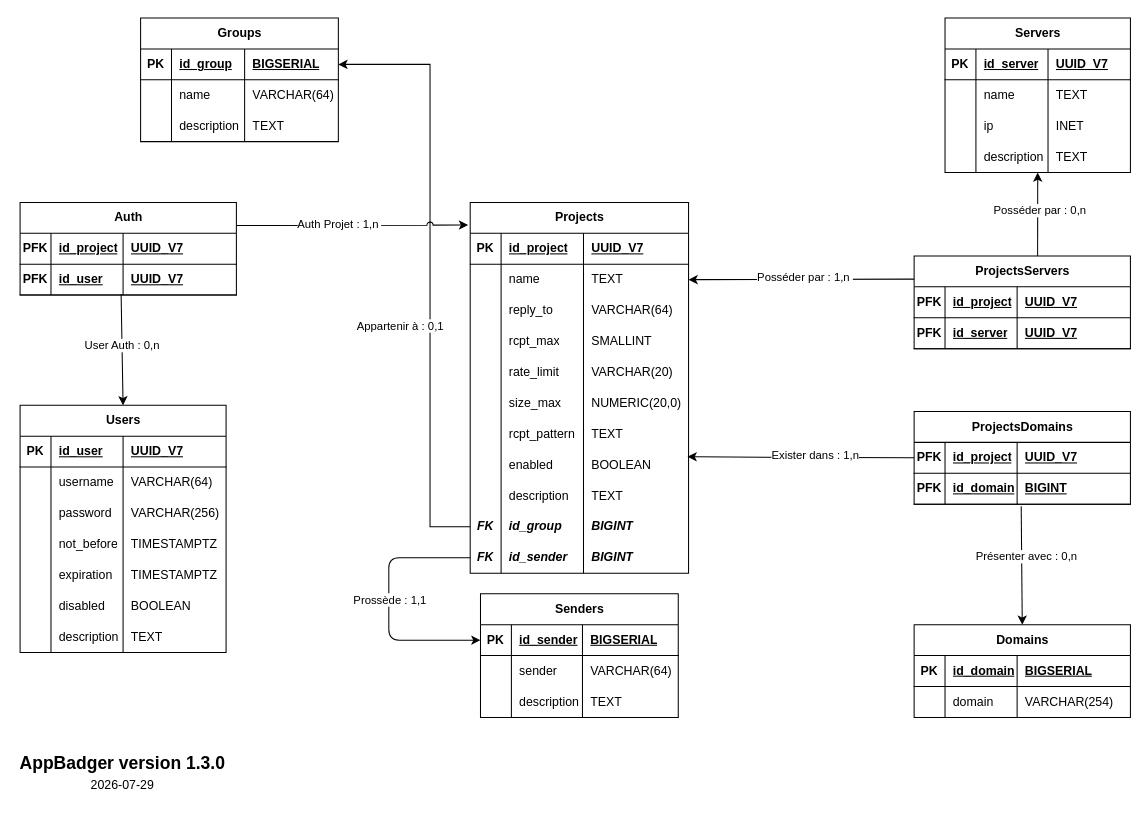
This is Doc/mpd.drawio from matyas-cyril/appmail-badger, a draw.io file, before an edit. Source tidied: cells renumbered, new cells numbered last; positions are measured from the earlier drawing's top-left corner, leaving out a move shared by most shapes. Both pictures are drawn from the tidied source at 103%, with x=0, y=0 at pixel (18, 18).
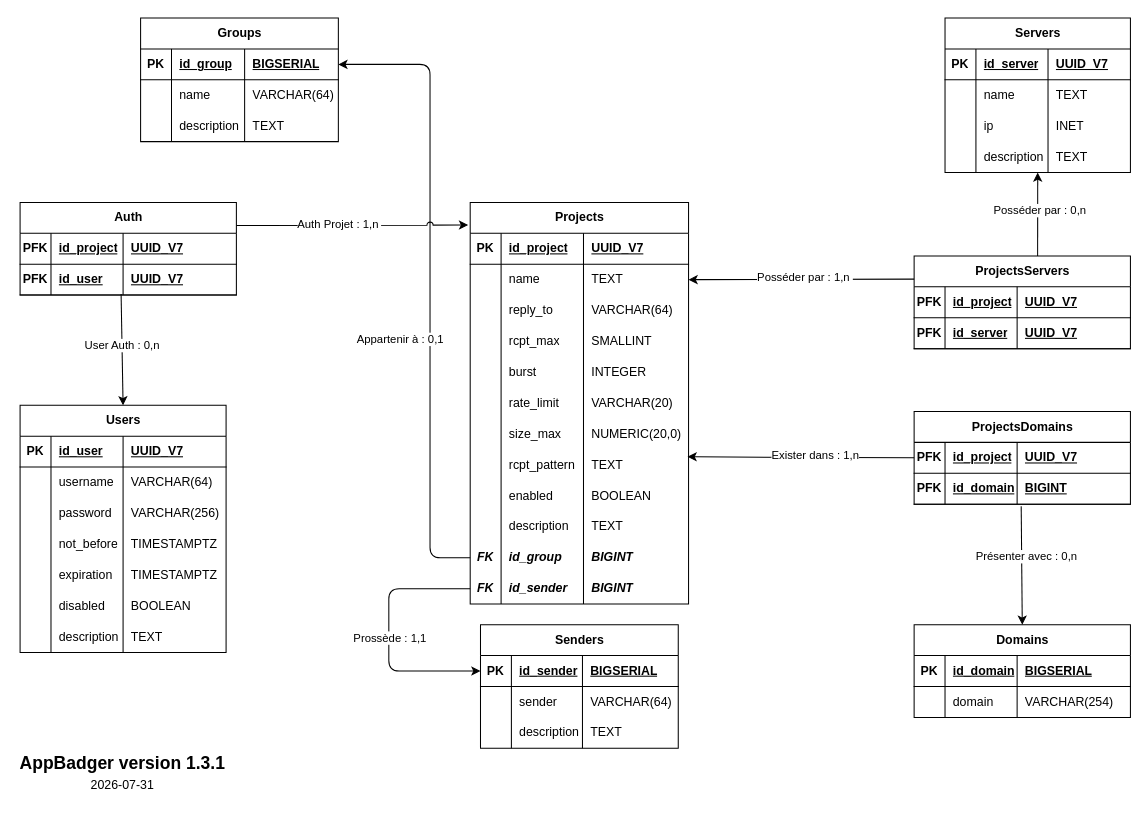
The same diagram, later.

Commit message (it also covers changes not shown here):
Prise en compte de burst dans les docs

The change refers to these unchanged cells:
```xml
<mxCell id="58" style="shape=tableRow;horizontal=0;startSize=0;swimlaneHead=0;swimlaneBody=0;fillColor=none;points=[[0,0.5],[1,0.5]];portConstraint=eastwest;top=0;left=0;right=0;bottom=1;" parent="57" vertex="1">
  <mxGeometry y="30" width="192" height="30" as="geometry" />
</mxCell>
<mxCell id="71" style="shape=tableRow;horizontal=0;startSize=0;swimlaneHead=0;swimlaneBody=0;fillColor=none;points=[[0,0.5],[1,0.5]];portConstraint=eastwest;top=0;left=0;right=0;bottom=1;" parent="70" vertex="1">
  <mxGeometry y="30" width="192" height="30" as="geometry" />
</mxCell>
<mxCell id="100" style="shape=tableRow;horizontal=0;startSize=0;swimlaneHead=0;swimlaneBody=0;fillColor=none;top=0;left=0;right=0;bottom=0;" parent="83" vertex="1">
  <mxGeometry y="150" width="212" height="30" as="geometry" />
</mxCell>
```

Diff of the diagram source:
```diff
@@
     <mxCell id="57" value="Senders" style="shape=table;startSize=30;childLayout=tableLayout;rowLines=0;fontStyle=1;align=center;html=1;" parent="1" vertex="1">
-      <mxGeometry x="449" y="559" width="192" height="120" as="geometry" />
+      <mxGeometry x="449" y="589" width="192" height="120" as="geometry" />
     </mxCell>
@@
     <mxCell id="83" value="Projects" style="shape=table;startSize=30;childLayout=tableLayout;rowLines=0;fontStyle=1;align=center;html=1;" parent="1" vertex="1">
-      <mxGeometry x="439" y="179" width="212" height="360" as="geometry" />
+      <mxGeometry x="439" y="179" width="212" height="390" as="geometry" />
     </mxCell>
@@
-    <mxCell id="102" value="rate_limit" style="shape=partialRectangle;fillColor=none;top=0;left=0;bottom=0;right=0;align=left;spacingLeft=6;overflow=hidden;whiteSpace=wrap;html=1;" parent="100" vertex="1">
+    <mxCell id="102" value="burst" style="shape=partialRectangle;fillColor=none;top=0;left=0;bottom=0;right=0;align=left;spacingLeft=6;overflow=hidden;whiteSpace=wrap;html=1;" parent="100" vertex="1">
       <mxGeometry x="30" width="80" height="30" as="geometry" />
     </mxCell>
-    <mxCell id="103" value="VARCHAR(20)" style="shape=partialRectangle;fillColor=none;top=0;left=0;bottom=0;right=0;align=left;spacingLeft=6;overflow=hidden;whiteSpace=wrap;html=1;" parent="100" vertex="1">
+    <mxCell id="103" value="INTEGER" style="shape=partialRectangle;fillColor=none;top=0;left=0;bottom=0;right=0;align=left;spacingLeft=6;overflow=hidden;whiteSpace=wrap;html=1;" parent="100" vertex="1">
       <mxGeometry x="110" width="102" height="30" as="geometry" />
     </mxCell>
+    <mxCell id="172" style="shape=tableRow;horizontal=0;startSize=0;swimlaneHead=0;swimlaneBody=0;fillColor=none;top=0;left=0;right=0;bottom=0;" parent="83" vertex="1">
+      <mxGeometry y="180" width="212" height="30" as="geometry" />
+    </mxCell>
+    <mxCell id="173" style="shape=partialRectangle;fillColor=none;top=0;left=0;bottom=0;right=0;overflow=hidden;whiteSpace=wrap;html=1;" parent="172" vertex="1">
+      <mxGeometry width="30" height="30" as="geometry" />
+    </mxCell>
+    <mxCell id="174" value="rate_limit" style="shape=partialRectangle;fillColor=none;top=0;left=0;bottom=0;right=0;align=left;spacingLeft=6;overflow=hidden;whiteSpace=wrap;html=1;" parent="172" vertex="1">
+      <mxGeometry x="30" width="80" height="30" as="geometry" />
+    </mxCell>
+    <mxCell id="175" value="VARCHAR(20)" style="shape=partialRectangle;fillColor=none;top=0;left=0;bottom=0;right=0;align=left;spacingLeft=6;overflow=hidden;whiteSpace=wrap;html=1;" parent="172" vertex="1">
+      <mxGeometry x="110" width="102" height="30" as="geometry" />
+    </mxCell>
     <mxCell id="104" style="shape=tableRow;horizontal=0;startSize=0;swimlaneHead=0;swimlaneBody=0;fillColor=none;top=0;left=0;right=0;bottom=0;" parent="83" vertex="1">
-      <mxGeometry y="180" width="212" height="30" as="geometry" />
+      <mxGeometry y="210" width="212" height="30" as="geometry" />
     </mxCell>
@@
     <mxCell id="108" style="shape=tableRow;horizontal=0;startSize=0;swimlaneHead=0;swimlaneBody=0;fillColor=none;top=0;left=0;right=0;bottom=0;" parent="83" vertex="1">
-      <mxGeometry y="210" width="212" height="30" as="geometry" />
+      <mxGeometry y="240" width="212" height="30" as="geometry" />
     </mxCell>
@@
     <mxCell id="112" style="shape=tableRow;horizontal=0;startSize=0;swimlaneHead=0;swimlaneBody=0;fillColor=none;top=0;left=0;right=0;bottom=0;" parent="83" vertex="1">
-      <mxGeometry y="240" width="212" height="30" as="geometry" />
+      <mxGeometry y="270" width="212" height="30" as="geometry" />
     </mxCell>
@@
     <mxCell id="116" style="shape=tableRow;horizontal=0;startSize=0;swimlaneHead=0;swimlaneBody=0;fillColor=none;top=0;left=0;right=0;bottom=0;" parent="83" vertex="1">
-      <mxGeometry y="270" width="212" height="30" as="geometry" />
+      <mxGeometry y="300" width="212" height="30" as="geometry" />
     </mxCell>
@@
     <mxCell id="120" style="shape=tableRow;horizontal=0;startSize=0;swimlaneHead=0;swimlaneBody=0;fillColor=none;points=[[0,0.5],[1,0.5]];portConstraint=eastwest;top=0;left=0;right=0;bottom=0;" parent="83" vertex="1">
-      <mxGeometry y="300" width="212" height="30" as="geometry" />
+      <mxGeometry y="330" width="212" height="30" as="geometry" />
     </mxCell>
@@
     <mxCell id="124" style="shape=tableRow;horizontal=0;startSize=0;swimlaneHead=0;swimlaneBody=0;fillColor=none;points=[[0,0.5],[1,0.5]];portConstraint=eastwest;top=0;left=0;right=0;bottom=0;" parent="83" vertex="1">
-      <mxGeometry y="330" width="212" height="30" as="geometry" />
+      <mxGeometry y="360" width="212" height="30" as="geometry" />
     </mxCell>
@@
-    <mxCell id="128" style="endArrow=classic;html=1;rounded=0;entryX=1;entryY=0.5;entryDx=0;entryDy=0;curved=0;exitX=0;exitY=0.5;exitDx=0;exitDy=0;jumpStyle=arc;jumpSize=10;" parent="1" edge="1" source="120" target="71">
+    <mxCell id="128" style="endArrow=classic;html=1;rounded=1;entryX=1;entryY=0.5;entryDx=0;entryDy=0;curved=0;exitX=0;exitY=0.5;exitDx=0;exitDy=0;jumpStyle=arc;jumpSize=10;" parent="1" edge="1" source="120" target="71">
       <mxGeometry relative="1" as="geometry">
         <Array as="points">
-          <mxPoint x="400" y="494" />
+          <mxPoint x="400" y="524" />
           <mxPoint x="400" y="45" />
         </Array>
       </mxGeometry>
     </mxCell>
@@
-    <mxCell id="169" value="&lt;div style=&quot;line-height: 80%;&quot;&gt;&lt;div align=&quot;left&quot;&gt;&lt;b&gt;&lt;font style=&quot;font-size: 17px; line-height: 80%;&quot;&gt;AppBadger version 1.3.0&lt;/font&gt;&lt;/b&gt;&lt;/div&gt;&lt;div&gt;&lt;br&gt;&lt;/div&gt;&lt;div align=&quot;center&quot;&gt;2026-07-29&lt;/div&gt;&lt;/div&gt;" style="text;html=1;whiteSpace=wrap;strokeColor=none;fillColor=none;align=left;verticalAlign=middle;rounded=0;" parent="1" vertex="1">
+    <mxCell id="169" value="&lt;div style=&quot;line-height: 80%;&quot;&gt;&lt;div align=&quot;left&quot;&gt;&lt;b&gt;&lt;font style=&quot;font-size: 17px; line-height: 80%;&quot;&gt;AppBadger version 1.3.1&lt;/font&gt;&lt;/b&gt;&lt;/div&gt;&lt;div&gt;&lt;br&gt;&lt;/div&gt;&lt;div align=&quot;center&quot;&gt;2026-07-31&lt;/div&gt;&lt;/div&gt;" style="text;html=1;whiteSpace=wrap;strokeColor=none;fillColor=none;align=left;verticalAlign=middle;rounded=0;" parent="1" vertex="1">
       <mxGeometry y="709" width="210" height="50" as="geometry" />
     </mxCell>
     <mxCell id="170" style="endArrow=classic;html=1;rounded=1;entryX=0;entryY=0.5;entryDx=0;entryDy=0;exitX=0;exitY=0.5;exitDx=0;exitDy=0;curved=0;" parent="1" edge="1" source="124" target="58">
       <mxGeometry relative="1" as="geometry">
         <Array as="points">
-          <mxPoint x="360" y="524" />
-          <mxPoint x="360" y="604" />
+          <mxPoint x="360" y="554" />
+          <mxPoint x="360" y="634" />
         </Array>
       </mxGeometry>
     </mxCell>
     <mxCell id="171" value="Prossède : 1,1" style="edgeLabel;html=1;align=center;verticalAlign=middle;" parent="170" vertex="1">
       <mxGeometry x="-0.12" y="-2" relative="1" as="geometry">
-        <mxPoint x="2" y="10" as="offset" />
+        <mxPoint x="2" y="17" as="offset" />
       </mxGeometry>
     </mxCell>
```
